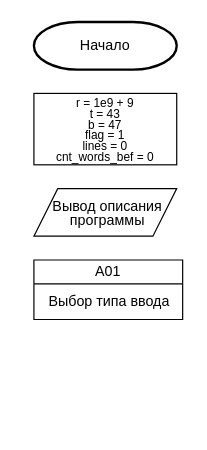
This is page "Main" (1 of 3) of images/Схема алгоритма.drawio from DexTver/course_work, a draw.io file, before an edit. Source tidied: cells renumbered, new cells numbered last; positions are measured from the earlier drawing's top-left corner, leaving out a move shared by most shapes. Both pictures are drawn from the tidied source at 119%, with x=0, y=0 at pixel (33, 21).
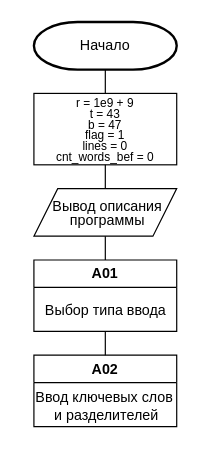
The same page after the edit.

What changed in the source:
```diff
@@
 <mxGraphModel>
   <root>
     <mxCell id="0" />
     <mxCell id="1" parent="0" />
     <mxCell id="2" value="&lt;font style=&quot;font-size: 12px;&quot;&gt;Начало&lt;/font&gt;" style="strokeWidth=2;html=1;shape=mxgraph.flowchart.terminator;whiteSpace=wrap;" parent="1" vertex="1">
       <mxGeometry width="120" height="40" as="geometry" />
     </mxCell>
     <mxCell id="3" value="&lt;p style=&quot;line-height: 90%; font-size: 10px;&quot;&gt;r = 1e9 + 9&lt;br&gt;t = 43&lt;br&gt;b = 47&lt;br&gt;flag = 1&lt;br&gt;lines = 0&lt;br&gt;cnt_words_bef = 0&lt;br&gt;&lt;/p&gt;" style="rounded=0;whiteSpace=wrap;html=1;" parent="1" vertex="1">
       <mxGeometry y="60" width="120" height="60" as="geometry" />
     </mxCell>
     <mxCell id="4" value="&lt;p style=&quot;line-height: 100%;&quot;&gt;&lt;font style=&quot;font-size: 12px;&quot;&gt;Вывод описания программы&lt;/font&gt;&lt;/p&gt;" style="shape=parallelogram;perimeter=parallelogramPerimeter;whiteSpace=wrap;html=1;fixedSize=1;spacingLeft=4;" parent="1" vertex="1">
       <mxGeometry y="140" width="120" height="40" as="geometry" />
     </mxCell>
-    <mxCell id="5" value="A01" style="swimlane;fontStyle=0;horizontal=1;startSize=20;whiteSpace=wrap;html=1;" parent="1" vertex="1">
-      <mxGeometry y="200" width="125" height="50" as="geometry" />
+    <mxCell id="5" value="A01" style="swimlane;whiteSpace=wrap;html=1;" parent="1" vertex="1">
+      <mxGeometry y="200" width="120" height="60" as="geometry" />
     </mxCell>
-    <mxCell id="6" value="Выбор типа ввода" style="text;html=1;align=center;verticalAlign=middle;strokeColor=none;fillColor=none;" parent="5" vertex="1">
-      <mxGeometry y="20" width="125" height="30" as="geometry" />
+    <mxCell id="6" value="Выбор типа ввода" style="text;html=1;align=center;verticalAlign=middle;strokeColor=none;fillColor=none;" parent="1" vertex="1">
+      <mxGeometry x="-5" y="228" width="130" height="30" as="geometry" />
     </mxCell>
+    <mxCell id="7" value="A02" style="swimlane;whiteSpace=wrap;html=1;" parent="1" vertex="1">
+      <mxGeometry y="280" width="120" height="60" as="geometry" />
+    </mxCell>
+    <mxCell id="8" value="Ввод ключевых слов&lt;br&gt;&amp;nbsp;и разделителей" style="text;html=1;align=center;verticalAlign=middle;strokeColor=none;fillColor=none;" parent="7" vertex="1">
+      <mxGeometry x="-11" y="23" width="140" height="40" as="geometry" />
+    </mxCell>
+    <mxCell id="9" style="endArrow=none;html=1;rounded=0;entryX=0.5;entryY=1;entryDx=0;entryDy=0;entryPerimeter=0;exitX=0.5;exitY=0;exitDx=0;exitDy=0;" parent="1" edge="1" source="3" target="2">
+      <mxGeometry relative="1" as="geometry" />
+    </mxCell>
+    <mxCell id="10" style="endArrow=none;html=1;rounded=0;entryX=0.5;entryY=1;entryDx=0;entryDy=0;exitX=0.5;exitY=0;exitDx=0;exitDy=0;" parent="1" edge="1" source="4" target="3">
+      <mxGeometry relative="1" as="geometry" />
+    </mxCell>
+    <mxCell id="11" style="endArrow=none;html=1;rounded=0;entryX=0.5;entryY=1;entryDx=0;entryDy=0;exitX=0.5;exitY=0;exitDx=0;exitDy=0;" parent="1" edge="1" source="5" target="4">
+      <mxGeometry relative="1" as="geometry" />
+    </mxCell>
+    <mxCell id="12" style="endArrow=none;html=1;rounded=0;entryX=0.5;entryY=1;entryDx=0;entryDy=0;exitX=0.5;exitY=0;exitDx=0;exitDy=0;" parent="1" edge="1" source="7" target="5">
+      <mxGeometry relative="1" as="geometry" />
+    </mxCell>
   </root>
 </mxGraphModel>
```
